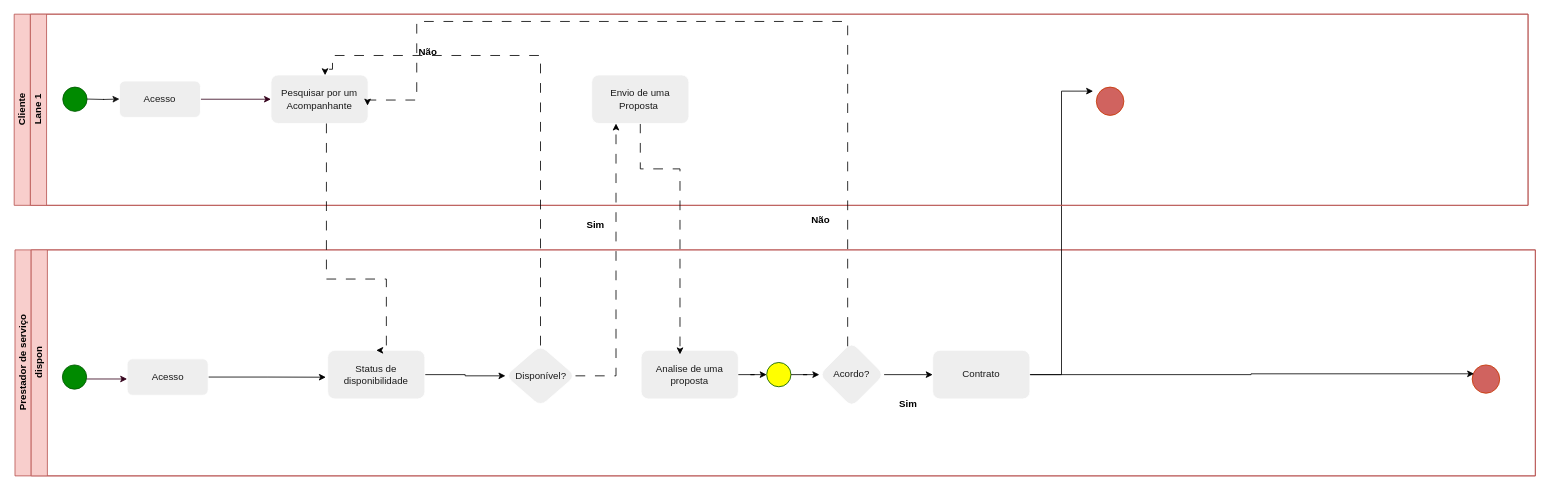
The draw.io diagram Diagrama sem nome.drawio in ThePlano/Projeto-CC5511---ENGENHARIA-DE-SOFTWARE, before the edit. Source tidied: cells renumbered, new cells numbered last; positions are measured from the earlier drawing's top-left corner, leaving out a move shared by most shapes. Both pictures are drawn from the tidied source at 81%, with x=0, y=0 at pixel (14, 14).
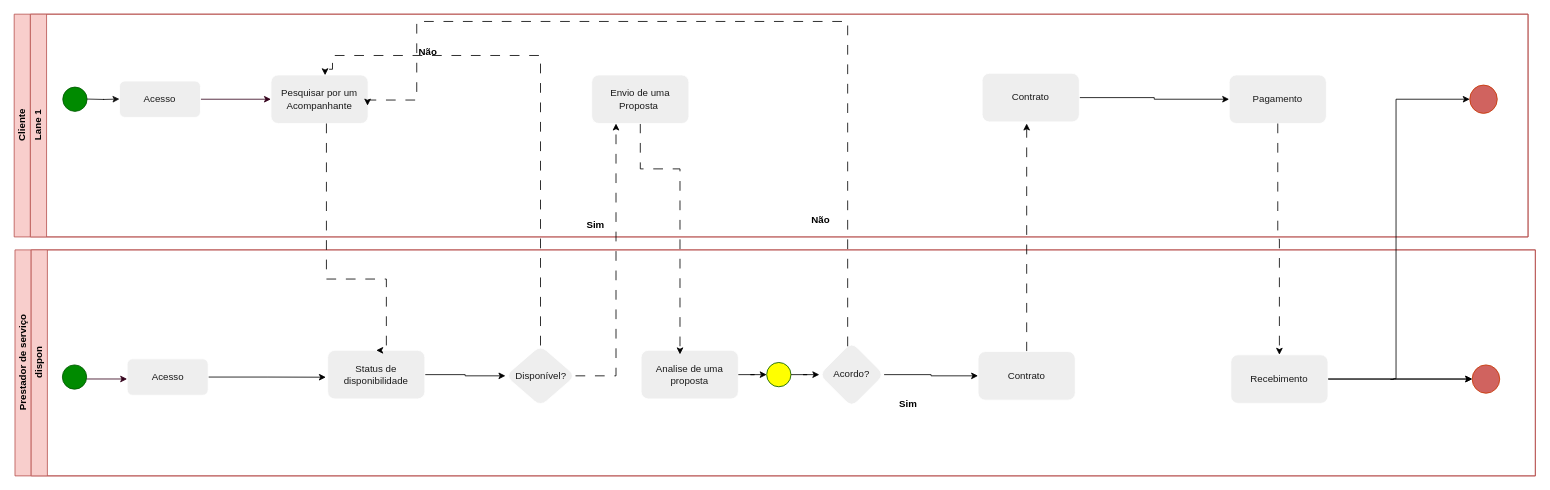
The same page after the edit.

Unchanged cells that the change refers to:
```xml
<mxCell id="3" value="dispon" style="swimlane;html=1;startSize=20;horizontal=0;labelBackgroundColor=none;fillColor=#f8cecc;strokeColor=#b85450;" parent="2" vertex="1">
  <mxGeometry x="20" width="1857" height="279" as="geometry" />
</mxCell>
<mxCell id="7" style="ellipse;whiteSpace=wrap;html=1;fillColor=#d0635f;strokeColor=#C73500;fontColor=#000000;rounded=1;labelBackgroundColor=none;" parent="3" vertex="1">
  <mxGeometry x="1779" y="142" width="34" height="35" as="geometry" />
</mxCell>
```

Change to the diagram source:
```diff
@@
-    <mxCell id="16" style="edgeStyle=orthogonalEdgeStyle;rounded=0;jettySize=auto;html=1;" parent="3" edge="1" source="17">
-      <mxGeometry relative="1" as="geometry">
-        <mxPoint x="1311" y="-196" as="targetPoint" />
-        <Array as="points">
-          <mxPoint x="1272" y="154" />
-          <mxPoint x="1272" y="-196" />
-        </Array>
-      </mxGeometry>
-    </mxCell>
+    <mxCell id="39" style="edgeStyle=orthogonalEdgeStyle;rounded=0;jettySize=auto;html=1;dashed=1;dashPattern=12 12;" parent="3" edge="1" source="17">
+      <mxGeometry relative="1" as="geometry">
+        <mxPoint x="1229" y="-156" as="targetPoint" />
+      </mxGeometry>
+    </mxCell>
     <mxCell id="17" value="Contrato" style="whiteSpace=wrap;html=1;fillColor=#EEEEEE;strokeColor=#FFFFFF;fontColor=#1A1A1A;rounded=1;labelBackgroundColor=none;" parent="3" vertex="1">
-      <mxGeometry x="1113" y="124" width="120" height="60" as="geometry" />
+      <mxGeometry x="1169" y="125.5" width="120" height="60" as="geometry" />
     </mxCell>
-    <mxCell id="18" style="edgeStyle=orthogonalEdgeStyle;rounded=0;jettySize=auto;html=1;entryX=0.07;entryY=0.314;entryDx=0;entryDy=0;entryPerimeter=0;" parent="3" edge="1" source="17" target="7">
-      <mxGeometry relative="1" as="geometry" />
-    </mxCell>
@@
+    <mxCell id="40" style="edgeStyle=orthogonalEdgeStyle;rounded=0;jettySize=auto;html=1;entryX=0;entryY=0.5;entryDx=0;entryDy=0;" parent="3" edge="1" source="41" target="7">
+      <mxGeometry relative="1" as="geometry" />
+    </mxCell>
+    <mxCell id="41" value="Recebimento" style="whiteSpace=wrap;html=1;fillColor=#EEEEEE;strokeColor=#FFFFFF;fontColor=#1A1A1A;rounded=1;labelBackgroundColor=none;" parent="3" vertex="1">
+      <mxGeometry x="1481" y="129.5" width="120" height="60" as="geometry" />
+    </mxCell>
+    <mxCell id="42" style="edgeStyle=orthogonalEdgeStyle;rounded=0;orthogonalLoop=1;jettySize=auto;html=1;entryX=0;entryY=0.5;entryDx=0;entryDy=0;" parent="3" edge="1">
+      <mxGeometry relative="1" as="geometry">
+        <mxPoint x="1601" y="159.4" as="sourcePoint" />
+        <mxPoint x="1779" y="159.4" as="targetPoint" />
+      </mxGeometry>
+    </mxCell>
     <mxCell id="22" value="Cliente" style="swimlane;html=1;horizontal=0;startSize=20;labelBackgroundColor=none;fillColor=#f8cecc;strokeColor=#b85450;" parent="1" vertex="1">
-      <mxGeometry width="1869" height="236" as="geometry" />
+      <mxGeometry width="1869" height="275" as="geometry" />
     </mxCell>
     <mxCell id="23" value="Lane 1" style="swimlane;html=1;startSize=20;horizontal=0;labelBackgroundColor=none;fillColor=#f8cecc;strokeColor=#b85450;" parent="22" vertex="1">
-      <mxGeometry x="20" width="1849" height="236" as="geometry" />
+      <mxGeometry x="20" width="1849" height="275" as="geometry" />
     </mxCell>
@@
+    <mxCell id="43" style="edgeStyle=orthogonalEdgeStyle;rounded=0;jettySize=auto;html=1;" parent="23" edge="1" target="32">
+      <mxGeometry relative="1" as="geometry">
+        <mxPoint x="1679" y="451" as="sourcePoint" />
+        <Array as="points">
+          <mxPoint x="1683" y="450" />
+          <mxPoint x="1686" y="450" />
+          <mxPoint x="1686" y="105" />
+        </Array>
+      </mxGeometry>
+    </mxCell>
     <mxCell id="32" style="ellipse;whiteSpace=wrap;html=1;fillColor=#d0635f;strokeColor=#C73500;fontColor=#000000;rounded=1;labelBackgroundColor=none;" parent="23" vertex="1">
-      <mxGeometry x="1316" y="90" width="34" height="35" as="geometry" />
+      <mxGeometry x="1777" y="87.5" width="34" height="35" as="geometry" />
     </mxCell>
+    <mxCell id="44" style="edgeStyle=orthogonalEdgeStyle;rounded=0;jettySize=auto;html=1;" parent="23" edge="1" source="45" target="46">
+      <mxGeometry relative="1" as="geometry" />
+    </mxCell>
+    <mxCell id="45" value="Contrato" style="whiteSpace=wrap;html=1;fillColor=#EEEEEE;strokeColor=#FFFFFF;fontColor=#1A1A1A;rounded=1;labelBackgroundColor=none;" parent="23" vertex="1">
+      <mxGeometry x="1175" y="73" width="120" height="60" as="geometry" />
+    </mxCell>
+    <mxCell id="46" value="Pagamento" style="whiteSpace=wrap;html=1;fillColor=#EEEEEE;strokeColor=#FFFFFF;fontColor=#1A1A1A;rounded=1;labelBackgroundColor=none;" parent="23" vertex="1">
+      <mxGeometry x="1480" y="75" width="120" height="60" as="geometry" />
+    </mxCell>
@@
+    <mxCell id="47" style="edgeStyle=orthogonalEdgeStyle;rounded=0;jettySize=auto;html=1;dashed=1;dashPattern=12 12;" parent="1" edge="1" source="46" target="41">
+      <mxGeometry relative="1" as="geometry" />
+    </mxCell>
```
